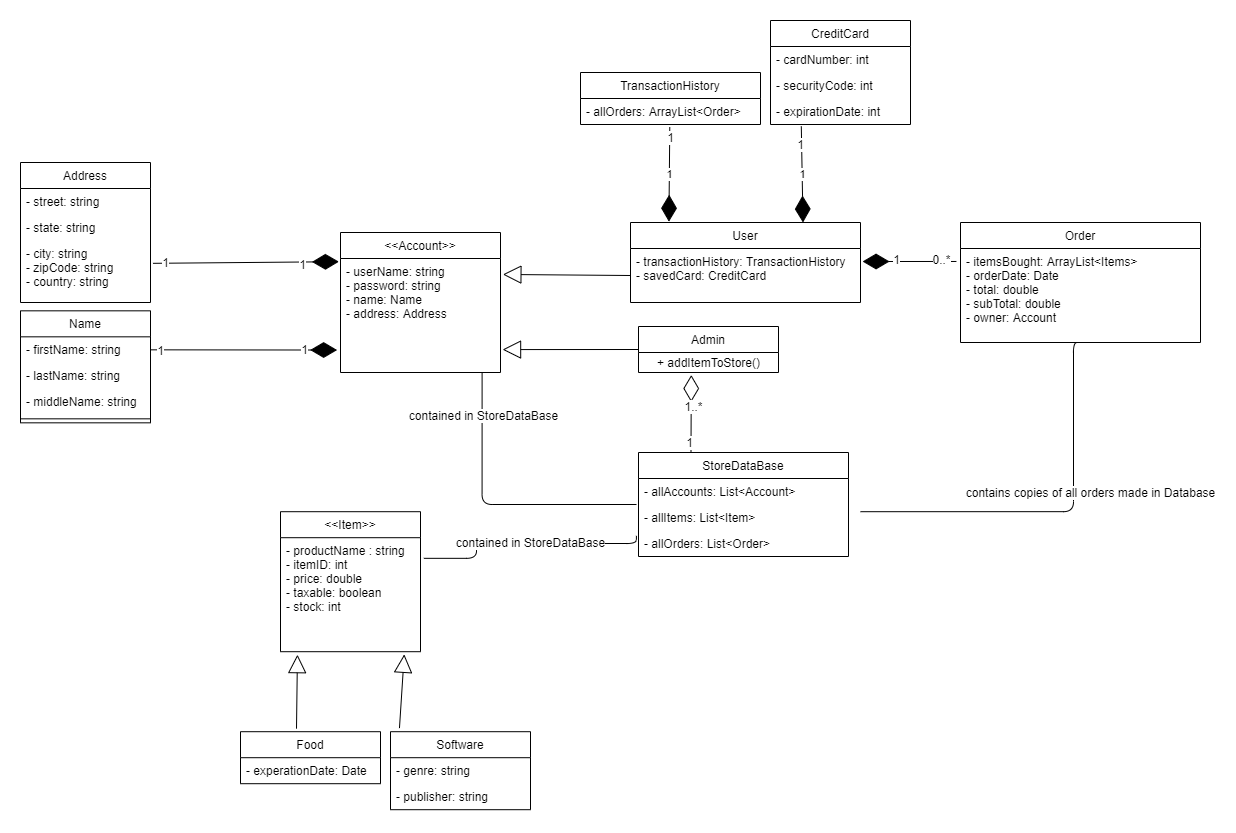
Earlier version of the draw.io export ProjectUMLClassDiagram.png (BahadirKiziltepe/cse248-shopping-cart). Source tidied: cells renumbered, new cells last; positions are measured from the earlier drawing's top-left corner, leaving out a move shared by most shapes.
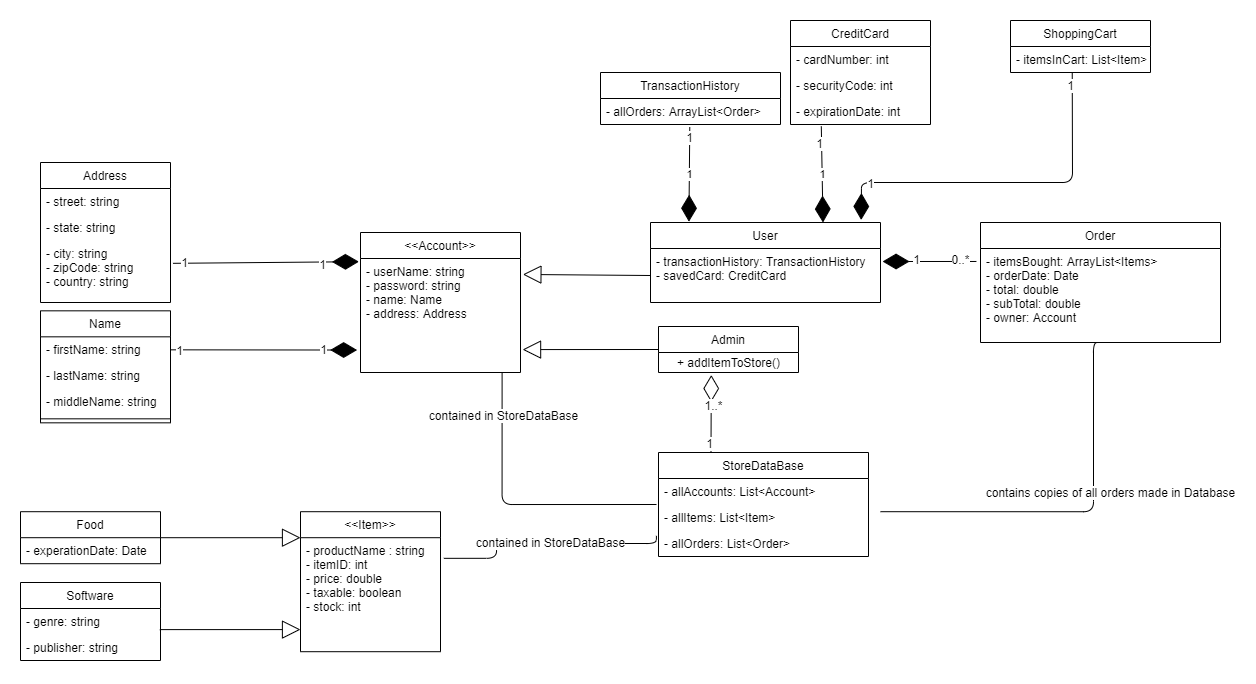
The same diagram one commit later.

Commit message:
UML diagrams

Diff of the diagram source:
```diff
@@ -78,7 +78,7 @@
       <mxGeometry y="26" width="140" height="114" as="geometry" />
     </mxCell>
     <mxCell id="27" value="Software" style="swimlane;fontStyle=0;horizontal=1;startSize=26;fillColor=none;" parent="1" vertex="1">
-      <mxGeometry x="370" y="711.2" width="140" height="78" as="geometry" />
+      <mxGeometry x="-20" y="562" width="140" height="78" as="geometry" />
     </mxCell>
     <mxCell id="28" value="- genre: string" style="text;strokeColor=none;fillColor=none;align=left;verticalAlign=top;spacingLeft=4;spacingRight=4;overflow=hidden;points=[[0,0.5],[1,0.5]];portConstraint=eastwest;" parent="27" vertex="1">
       <mxGeometry y="26" width="140" height="26" as="geometry" />
@@ -87,7 +87,7 @@
       <mxGeometry y="52" width="140" height="26" as="geometry" />
     </mxCell>
     <mxCell id="30" value="Food" style="swimlane;fontStyle=0;horizontal=1;startSize=26;fillColor=none;" parent="1" vertex="1">
-      <mxGeometry x="220" y="711.2" width="140" height="52" as="geometry" />
+      <mxGeometry x="-20" y="491.2" width="140" height="52" as="geometry" />
     </mxCell>
     <mxCell id="31" value="- experationDate: Date" style="text;strokeColor=none;fillColor=none;align=left;verticalAlign=top;spacingLeft=4;spacingRight=4;overflow=hidden;" parent="30" vertex="1">
       <mxGeometry y="26" width="140" height="26" as="geometry" />
@@ -110,10 +110,10 @@
     <mxCell id="37" style="endArrow=block;endSize=16;endFill=0;html=1;exitX=0;exitY=0.5;exitDx=0;exitDy=0;entryX=1.013;entryY=0.799;entryDx=0;entryDy=0;entryPerimeter=0;" parent="1" edge="1" source="23" target="20">
       <mxGeometry relative="1" as="geometry" />
     </mxCell>
-    <mxCell id="38" style="endArrow=block;endSize=16;endFill=0;html=1;exitX=0.064;exitY=-0.046;exitDx=0;exitDy=0;exitPerimeter=0;entryX=0.884;entryY=1.023;entryDx=0;entryDy=0;entryPerimeter=0;" parent="1" edge="1" source="27" target="26">
+    <mxCell id="38" style="endArrow=block;endSize=16;endFill=0;html=1;exitX=0.995;exitY=0.812;exitDx=0;exitDy=0;exitPerimeter=0;entryX=0;entryY=0.806;entryDx=0;entryDy=0;entryPerimeter=0;" parent="1" edge="1" source="28" target="26">
       <mxGeometry relative="1" as="geometry" />
     </mxCell>
-    <mxCell id="39" style="endArrow=block;endSize=16;endFill=0;html=1;entryX=0.121;entryY=1.026;entryDx=0;entryDy=0;entryPerimeter=0;exitX=0.4;exitY=-0.058;exitDx=0;exitDy=0;exitPerimeter=0;" parent="1" edge="1" source="30" target="26">
+    <mxCell id="39" style="endArrow=block;endSize=16;endFill=0;html=1;entryX=0;entryY=0;entryDx=0;entryDy=0;exitX=1;exitY=0.5;exitDx=0;exitDy=0;entryPerimeter=0;" parent="1" edge="1" source="30" target="26">
       <mxGeometry relative="1" as="geometry" />
     </mxCell>
     <mxCell id="40" style="endArrow=diamondThin;endFill=1;endSize=24;html=1;entryX=1.009;entryY=0.241;entryDx=0;entryDy=0;entryPerimeter=0;exitX=-0.017;exitY=0.138;exitDx=0;exitDy=0;exitPerimeter=0;" parent="1" edge="1" source="16" target="22">
@@ -227,5 +227,25 @@
         <mxPoint x="173.3" y="-18.2" as="offset" />
       </mxGeometry>
     </mxCell>
+    <mxCell id="68" value="ShoppingCart" style="swimlane;fontStyle=0;horizontal=1;startSize=26;fillColor=none;" parent="1" vertex="1">
+      <mxGeometry x="970" width="140" height="52" as="geometry" />
+    </mxCell>
+    <mxCell id="69" value="- itemsInCart: List&lt;Item&gt;" style="text;strokeColor=none;fillColor=none;align=left;verticalAlign=top;spacingLeft=4;spacingRight=4;overflow=hidden;points=[[0,0.5],[1,0.5]];portConstraint=eastwest;" parent="68" vertex="1">
+      <mxGeometry y="26" width="140" height="26" as="geometry" />
+    </mxCell>
+    <mxCell id="70" style="endArrow=diamondThin;endFill=1;endSize=24;html=1;exitX=0.441;exitY=1.021;exitDx=0;exitDy=0;exitPerimeter=0;entryX=0.916;entryY=-0.032;entryDx=0;entryDy=0;entryPerimeter=0;" parent="1" edge="1" source="69" target="21">
+      <mxGeometry relative="1" as="geometry">
+        <Array as="points">
+          <mxPoint x="1032" y="162" />
+          <mxPoint x="821" y="162" />
+        </Array>
+      </mxGeometry>
+    </mxCell>
+    <mxCell id="71" value="1" style="text;html=1;align=center;verticalAlign=middle;labelBackgroundColor=#ffffff;" parent="70" vertex="1">
+      <mxGeometry x="0.74" y="1" relative="1" as="geometry" />
+    </mxCell>
+    <mxCell id="72" value="1" style="text;html=1;align=center;verticalAlign=middle;labelBackgroundColor=#ffffff;" parent="70" vertex="1">
+      <mxGeometry x="-0.93" y="-2" relative="1" as="geometry" />
+    </mxCell>
   </root>
 </mxGraphModel>
```
